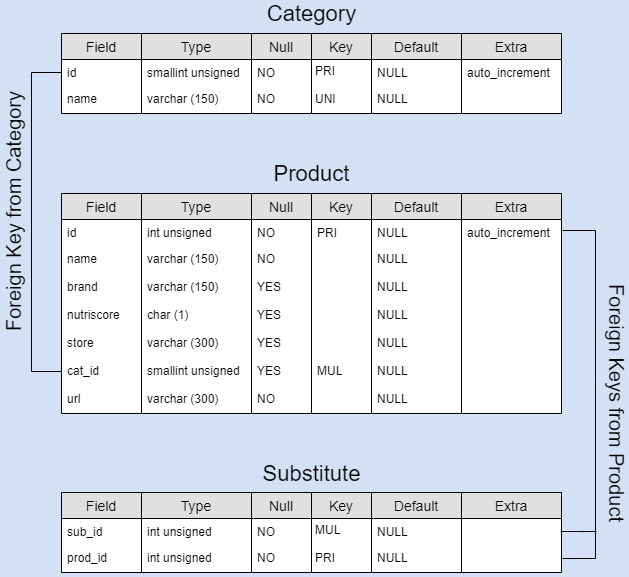
Earlier version of the draw.io export physic_data_model.png (Tony380/Projet5). Source tidied: cells renumbered, new cells last; positions are measured from the earlier drawing's top-left corner, leaving out a move shared by most shapes.
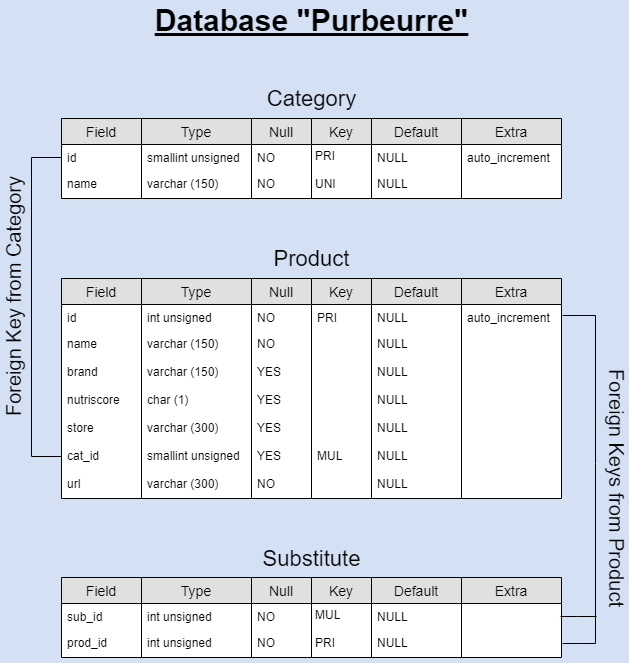
Later version of the same file.

Commit message:
Correction model

What changed in the source:
```diff
@@ -249,5 +249,8 @@
     <mxCell id="77" value="&#10;&#10;MUL" style="text;strokeColor=none;fillColor=none;spacingLeft=4;spacingRight=4;overflow=hidden;fontSize=12;" parent="75" vertex="1">
       <mxGeometry y="136" width="60" height="84" as="geometry" />
     </mxCell>
+    <mxCell id="78" value="Database &quot;Purbeurre&quot;" style="text;html=1;align=center;verticalAlign=middle;fontSize=30;fontStyle=5;" parent="1" vertex="1">
+      <mxGeometry x="262" y="-88" width="324" height="40" as="geometry" />
+    </mxCell>
   </root>
 </mxGraphModel>
```
